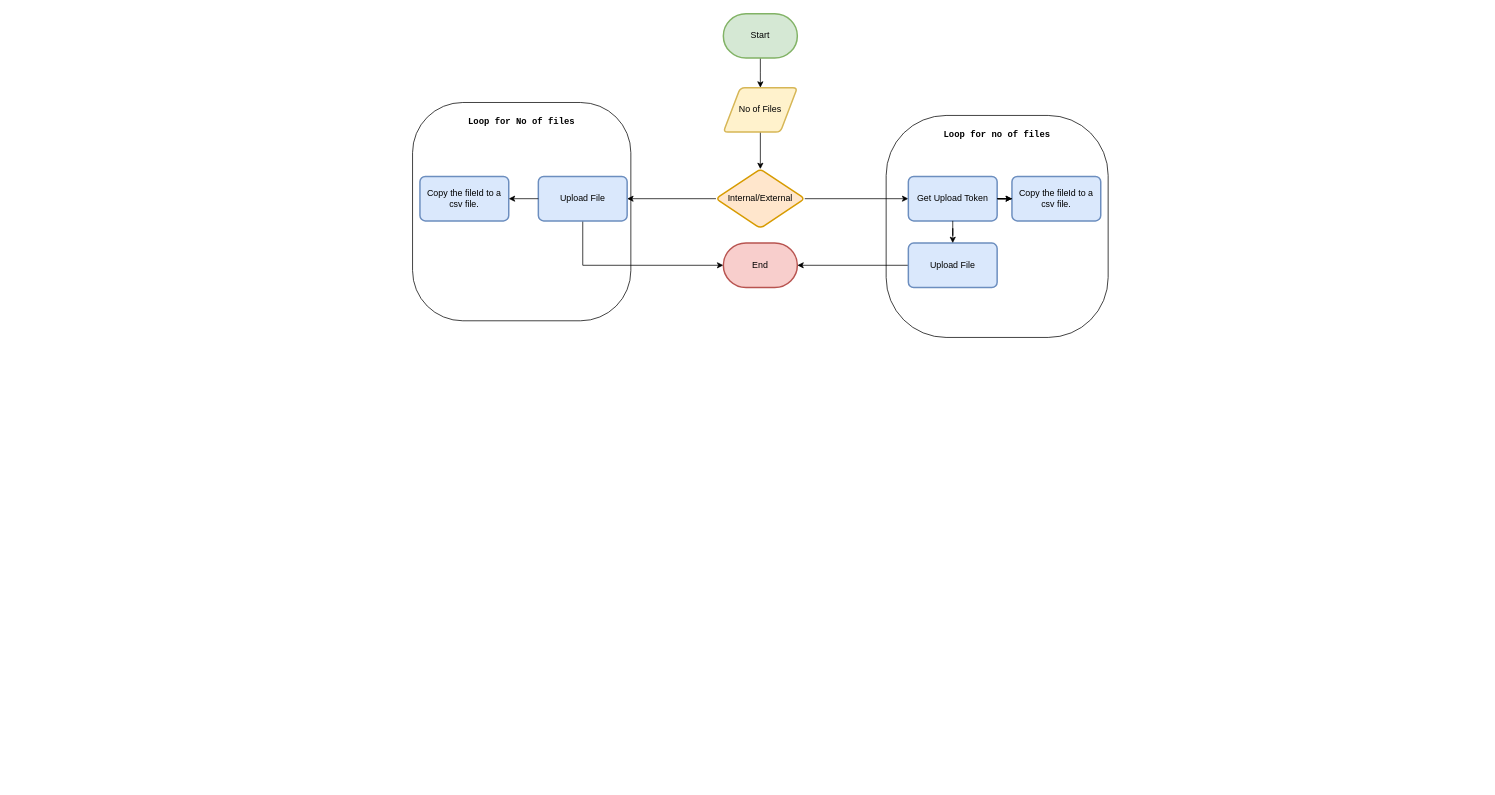
The draw.io diagram UploadFileConsoleApp.drawio in jainabraham06/Flowcharts, before the edit. Source tidied: cells renumbered, new cells numbered last; positions are measured from the earlier drawing's top-left corner, leaving out a move shared by most shapes. Both pictures are drawn from the tidied source at 74%, with x=0, y=0 at pixel (412, 13).
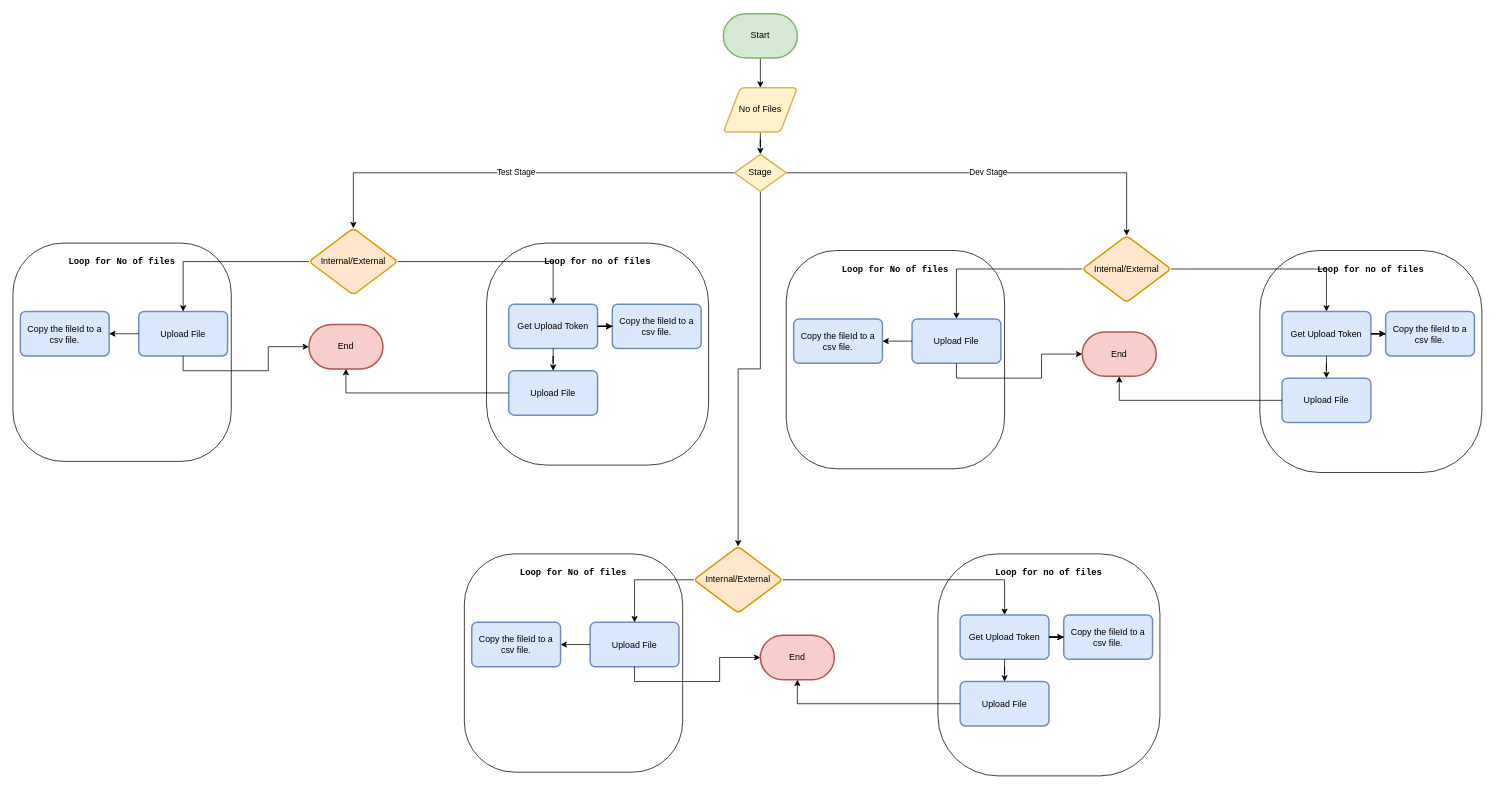
The same diagram, later.

The change refers to these unchanged cells:
```xml
<mxCell id="5" value="No of Files" style="shape=parallelogram;html=1;strokeWidth=2;perimeter=parallelogramPerimeter;whiteSpace=wrap;rounded=1;arcSize=12;size=0.23;fillColor=#fff2cc;strokeColor=#d6b656;" parent="1" vertex="1">
  <mxGeometry x="420" y="100" width="100" height="60" as="geometry" />
</mxCell>
<mxCell id="15" value="Get Upload Token" style="whiteSpace=wrap;html=1;strokeWidth=2;rounded=1;arcSize=12;fillColor=#dae8fc;strokeColor=#6c8ebf;" parent="12" vertex="1">
  <mxGeometry x="30" y="82.5" width="120" height="60" as="geometry" />
</mxCell>
<mxCell id="16" value="Upload File" style="whiteSpace=wrap;html=1;strokeWidth=2;rounded=1;arcSize=12;fillColor=#dae8fc;strokeColor=#6c8ebf;" parent="12" vertex="1">
  <mxGeometry x="30" y="172.5" width="120" height="60" as="geometry" />
</mxCell>
<mxCell id="23" value="Upload File" style="whiteSpace=wrap;html=1;strokeWidth=2;rounded=1;arcSize=12;fillColor=#dae8fc;strokeColor=#6c8ebf;" parent="21" vertex="1">
  <mxGeometry x="170" y="100" width="120" height="60" as="geometry" />
</mxCell>
<mxCell id="24" value="Copy the fileId to a csv file." style="whiteSpace=wrap;html=1;strokeWidth=2;rounded=1;arcSize=12;fillColor=#dae8fc;strokeColor=#6c8ebf;" parent="21" vertex="1">
  <mxGeometry x="10" y="100" width="120" height="60" as="geometry" />
</mxCell>
```

The edit, as a diff of the source:
```diff
@@
-    <mxCell id="4" style="edgeStyle=orthogonalEdgeStyle;rounded=0;jettySize=auto;html=1;" parent="1" edge="1" source="5" target="8">
-      <mxGeometry relative="1" as="geometry" />
-    </mxCell>
+    <mxCell id="26" style="edgeStyle=orthogonalEdgeStyle;rounded=0;jettySize=auto;html=1;" parent="1" edge="1" source="5" target="30">
+      <mxGeometry relative="1" as="geometry" />
+    </mxCell>
@@
-    <mxCell id="6" style="edgeStyle=orthogonalEdgeStyle;rounded=0;jettySize=auto;html=1;" parent="1" edge="1" source="8" target="15">
-      <mxGeometry relative="1" as="geometry" />
-    </mxCell>
-    <mxCell id="7" style="edgeStyle=orthogonalEdgeStyle;rounded=0;jettySize=auto;html=1;" parent="1" edge="1" source="8" target="23">
-      <mxGeometry relative="1" as="geometry" />
-    </mxCell>
+    <mxCell id="27" value="Test Stage" style="edgeStyle=orthogonalEdgeStyle;rounded=0;jettySize=auto;html=1;exitX=0;exitY=0.5;exitDx=0;exitDy=0;exitPerimeter=0;entryX=0.5;entryY=0;entryDx=0;entryDy=0;" parent="1" edge="1" source="30" target="8">
+      <mxGeometry relative="1" as="geometry" />
+    </mxCell>
+    <mxCell id="28" value="Dev Stage" style="edgeStyle=orthogonalEdgeStyle;rounded=0;jettySize=auto;html=1;exitX=1;exitY=0.5;exitDx=0;exitDy=0;exitPerimeter=0;entryX=0.5;entryY=0;entryDx=0;entryDy=0;" parent="1" edge="1" source="30" target="34">
+      <mxGeometry relative="1" as="geometry" />
+    </mxCell>
+    <mxCell id="29" style="edgeStyle=orthogonalEdgeStyle;rounded=0;jettySize=auto;html=1;exitX=0.5;exitY=1;exitDx=0;exitDy=0;exitPerimeter=0;entryX=0.5;entryY=0;entryDx=0;entryDy=0;" parent="1" edge="1" source="30" target="56">
+      <mxGeometry relative="1" as="geometry" />
+    </mxCell>
+    <mxCell id="30" value="Stage" style="strokeWidth=2;html=1;shape=mxgraph.flowchart.decision;whiteSpace=wrap;fillColor=#fff2cc;strokeColor=#d6b656;" parent="1" vertex="1">
+      <mxGeometry x="435" y="190" width="70" height="50" as="geometry" />
+    </mxCell>
+    <mxCell id="31" style="group;" parent="1" vertex="1">
+      <mxGeometry x="-540" y="290" width="940" height="320" as="geometry" />
+    </mxCell>
-    <mxCell id="8" value="Internal/External" style="rhombus;whiteSpace=wrap;html=1;strokeWidth=2;rounded=1;arcSize=12;fillColor=#ffe6cc;strokeColor=#d79b00;" parent="1" vertex="1">
-      <mxGeometry x="410" y="210" width="120" height="80" as="geometry" />
+    <mxCell id="8" value="Internal/External" style="rhombus;whiteSpace=wrap;html=1;strokeWidth=2;rounded=1;arcSize=12;fillColor=#ffe6cc;strokeColor=#d79b00;" parent="31" vertex="1">
+      <mxGeometry x="400" width="120" height="90" as="geometry" />
     </mxCell>
-    <mxCell id="9" style="edgeStyle=orthogonalEdgeStyle;rounded=0;jettySize=auto;html=1;" parent="1" edge="1" source="16" target="11">
-      <mxGeometry relative="1" as="geometry" />
-    </mxCell>
-    <mxCell id="10" style="edgeStyle=orthogonalEdgeStyle;rounded=0;jettySize=auto;html=1;exitX=0.5;exitY=1;exitDx=0;exitDy=0;entryX=0;entryY=0.5;entryDx=0;entryDy=0;entryPerimeter=0;" parent="1" edge="1" source="23" target="11">
-      <mxGeometry relative="1" as="geometry" />
-    </mxCell>
-    <mxCell id="11" value="End" style="strokeWidth=2;html=1;shape=mxgraph.flowchart.terminator;whiteSpace=wrap;fillColor=#f8cecc;strokeColor=#b85450;" parent="1" vertex="1">
-      <mxGeometry x="420" y="310" width="100" height="60" as="geometry" />
+    <mxCell id="11" value="End" style="strokeWidth=2;html=1;shape=mxgraph.flowchart.terminator;whiteSpace=wrap;fillColor=#f8cecc;strokeColor=#b85450;" parent="31" vertex="1">
+      <mxGeometry x="400" y="130" width="100" height="60" as="geometry" />
     </mxCell>
-    <mxCell id="12" style="group;" parent="1" vertex="1">
-      <mxGeometry x="640" y="137.5" width="300" height="300" as="geometry" />
+    <mxCell id="12" style="group;" parent="31" vertex="1">
+      <mxGeometry x="640" y="20" width="300" height="300" as="geometry" />
     </mxCell>
@@
+    <mxCell id="6" style="edgeStyle=orthogonalEdgeStyle;rounded=0;jettySize=auto;html=1;" parent="31" edge="1" source="8" target="15">
+      <mxGeometry relative="1" as="geometry" />
+    </mxCell>
+    <mxCell id="9" style="edgeStyle=orthogonalEdgeStyle;rounded=0;jettySize=auto;html=1;" parent="31" edge="1" source="16" target="11">
+      <mxGeometry relative="1" as="geometry" />
+    </mxCell>
-    <mxCell id="21" style="group;horizontal=0;verticalAlign=top;" parent="1" vertex="1">
-      <mxGeometry y="120" width="295" height="295" as="geometry" />
+    <mxCell id="21" style="group;horizontal=0;verticalAlign=top;" parent="31" vertex="1">
+      <mxGeometry y="12.5" width="295" height="295" as="geometry" />
     </mxCell>
     <mxCell id="22" value="&lt;pre style=&quot;&quot;&gt;Loop for No of files&lt;/pre&gt;" style="whiteSpace=wrap;html=1;rounded=1;fillColor=none;arcSize=23;align=center;verticalAlign=top;horizontal=1;fontStyle=1;" parent="21" vertex="1">
-      <mxGeometry width="295" height="295" as="geometry" />
+      <mxGeometry y="7.5" width="295" height="295" as="geometry" />
     </mxCell>
@@
+    <mxCell id="32" style="edgeStyle=orthogonalEdgeStyle;rounded=0;orthogonalLoop=1;jettySize=auto;html=1;exitX=0.5;exitY=1;exitDx=0;exitDy=0;" parent="21" edge="1" source="24" target="24">
+      <mxGeometry relative="1" as="geometry" />
+    </mxCell>
+    <mxCell id="7" style="edgeStyle=orthogonalEdgeStyle;rounded=0;jettySize=auto;html=1;" parent="31" edge="1" source="8" target="23">
+      <mxGeometry relative="1" as="geometry" />
+    </mxCell>
+    <mxCell id="10" style="edgeStyle=orthogonalEdgeStyle;rounded=0;jettySize=auto;html=1;exitX=0.5;exitY=1;exitDx=0;exitDy=0;entryX=0;entryY=0.5;entryDx=0;entryDy=0;entryPerimeter=0;" parent="31" edge="1" source="23" target="11">
+      <mxGeometry relative="1" as="geometry" />
+    </mxCell>
+    <mxCell id="33" style="group;" parent="1" vertex="1">
+      <mxGeometry x="505" y="300" width="940" height="320" as="geometry" />
+    </mxCell>
+    <mxCell id="34" value="Internal/External" style="rhombus;whiteSpace=wrap;html=1;strokeWidth=2;rounded=1;arcSize=12;fillColor=#ffe6cc;strokeColor=#d79b00;" parent="33" vertex="1">
+      <mxGeometry x="400" width="120" height="90" as="geometry" />
+    </mxCell>
+    <mxCell id="35" value="End" style="strokeWidth=2;html=1;shape=mxgraph.flowchart.terminator;whiteSpace=wrap;fillColor=#f8cecc;strokeColor=#b85450;" parent="33" vertex="1">
+      <mxGeometry x="400" y="130" width="100" height="60" as="geometry" />
+    </mxCell>
+    <mxCell id="36" style="group;" parent="33" vertex="1">
+      <mxGeometry x="640" y="20" width="300" height="300" as="geometry" />
+    </mxCell>
+    <mxCell id="37" value="&lt;pre&gt;&lt;b&gt;Loop for no of files&lt;/b&gt;&lt;/pre&gt;" style="whiteSpace=wrap;html=1;fillColor=none;rounded=1;glass=0;shadow=0;arcSize=27;verticalAlign=top;" parent="36" vertex="1">
+      <mxGeometry width="300" height="300" as="geometry" />
+    </mxCell>
+    <mxCell id="38" style="edgeStyle=orthogonalEdgeStyle;rounded=0;jettySize=auto;html=1;" parent="36" edge="1" source="39" target="42">
+      <mxGeometry relative="1" as="geometry" />
+    </mxCell>
+    <mxCell id="39" value="Get Upload Token" style="whiteSpace=wrap;html=1;strokeWidth=2;rounded=1;arcSize=12;fillColor=#dae8fc;strokeColor=#6c8ebf;" parent="36" vertex="1">
+      <mxGeometry x="30" y="82.5" width="120" height="60" as="geometry" />
+    </mxCell>
+    <mxCell id="40" value="Upload File" style="whiteSpace=wrap;html=1;strokeWidth=2;rounded=1;arcSize=12;fillColor=#dae8fc;strokeColor=#6c8ebf;" parent="36" vertex="1">
+      <mxGeometry x="30" y="172.5" width="120" height="60" as="geometry" />
+    </mxCell>
+    <mxCell id="41" style="edgeStyle=orthogonalEdgeStyle;rounded=0;jettySize=auto;html=1;" parent="36" edge="1" source="39" target="40">
+      <mxGeometry relative="1" as="geometry" />
+    </mxCell>
+    <mxCell id="42" value="Copy the fileId to a csv file." style="whiteSpace=wrap;html=1;strokeWidth=2;rounded=1;arcSize=12;fillColor=#dae8fc;strokeColor=#6c8ebf;" parent="36" vertex="1">
+      <mxGeometry x="170" y="82.5" width="120" height="60" as="geometry" />
+    </mxCell>
+    <mxCell id="43" style="edgeStyle=orthogonalEdgeStyle;rounded=0;orthogonalLoop=1;jettySize=auto;html=1;exitX=0.5;exitY=1;exitDx=0;exitDy=0;" parent="36" edge="1" source="37" target="37">
+      <mxGeometry relative="1" as="geometry" />
+    </mxCell>
+    <mxCell id="44" style="edgeStyle=orthogonalEdgeStyle;rounded=0;jettySize=auto;html=1;" parent="36" edge="1" source="39" target="42">
+      <mxGeometry relative="1" as="geometry" />
+    </mxCell>
+    <mxCell id="45" style="edgeStyle=orthogonalEdgeStyle;rounded=0;jettySize=auto;html=1;" parent="33" edge="1" source="34" target="39">
+      <mxGeometry relative="1" as="geometry" />
+    </mxCell>
+    <mxCell id="46" style="edgeStyle=orthogonalEdgeStyle;rounded=0;jettySize=auto;html=1;" parent="33" edge="1" source="40" target="35">
+      <mxGeometry relative="1" as="geometry" />
+    </mxCell>
+    <mxCell id="47" style="group;horizontal=0;verticalAlign=top;" parent="33" vertex="1">
+      <mxGeometry y="12.5" width="295" height="295" as="geometry" />
+    </mxCell>
+    <mxCell id="48" value="&lt;pre style=&quot;&quot;&gt;Loop for No of files&lt;/pre&gt;" style="whiteSpace=wrap;html=1;rounded=1;fillColor=none;arcSize=23;align=center;verticalAlign=top;horizontal=1;fontStyle=1;" parent="47" vertex="1">
+      <mxGeometry y="7.5" width="295" height="295" as="geometry" />
+    </mxCell>
+    <mxCell id="49" value="Upload File" style="whiteSpace=wrap;html=1;strokeWidth=2;rounded=1;arcSize=12;fillColor=#dae8fc;strokeColor=#6c8ebf;" parent="47" vertex="1">
+      <mxGeometry x="170" y="100" width="120" height="60" as="geometry" />
+    </mxCell>
+    <mxCell id="50" style="edgeStyle=orthogonalEdgeStyle;rounded=0;jettySize=auto;html=1;" parent="47" edge="1" source="49" target="52">
+      <mxGeometry relative="1" as="geometry" />
+    </mxCell>
+    <mxCell id="51" style="edgeStyle=orthogonalEdgeStyle;rounded=0;orthogonalLoop=1;jettySize=auto;html=1;exitX=0.5;exitY=1;exitDx=0;exitDy=0;" parent="47" edge="1" source="52" target="52">
+      <mxGeometry relative="1" as="geometry" />
+    </mxCell>
+    <mxCell id="52" value="Copy the fileId to a csv file." style="whiteSpace=wrap;html=1;strokeWidth=2;rounded=1;arcSize=12;fillColor=#dae8fc;strokeColor=#6c8ebf;" parent="47" vertex="1">
+      <mxGeometry x="10" y="100" width="120" height="60" as="geometry" />
+    </mxCell>
+    <mxCell id="53" style="edgeStyle=orthogonalEdgeStyle;rounded=0;jettySize=auto;html=1;" parent="33" edge="1" source="34" target="49">
+      <mxGeometry relative="1" as="geometry" />
+    </mxCell>
+    <mxCell id="54" style="edgeStyle=orthogonalEdgeStyle;rounded=0;jettySize=auto;html=1;exitX=0.5;exitY=1;exitDx=0;exitDy=0;entryX=0;entryY=0.5;entryDx=0;entryDy=0;entryPerimeter=0;" parent="33" edge="1" source="49" target="35">
+      <mxGeometry relative="1" as="geometry" />
+    </mxCell>
+    <mxCell id="55" style="group;" parent="1" vertex="1">
+      <mxGeometry x="70" y="710" width="940" height="320" as="geometry" />
+    </mxCell>
+    <mxCell id="56" value="Internal/External" style="rhombus;whiteSpace=wrap;html=1;strokeWidth=2;rounded=1;arcSize=12;fillColor=#ffe6cc;strokeColor=#d79b00;" parent="55" vertex="1">
+      <mxGeometry x="310" y="10" width="120" height="90" as="geometry" />
+    </mxCell>
+    <mxCell id="57" value="End" style="strokeWidth=2;html=1;shape=mxgraph.flowchart.terminator;whiteSpace=wrap;fillColor=#f8cecc;strokeColor=#b85450;" parent="55" vertex="1">
+      <mxGeometry x="400" y="130" width="100" height="60" as="geometry" />
+    </mxCell>
+    <mxCell id="58" style="group;" parent="55" vertex="1">
+      <mxGeometry x="640" y="20" width="300" height="300" as="geometry" />
+    </mxCell>
+    <mxCell id="59" value="&lt;pre&gt;&lt;b&gt;Loop for no of files&lt;/b&gt;&lt;/pre&gt;" style="whiteSpace=wrap;html=1;fillColor=none;rounded=1;glass=0;shadow=0;arcSize=27;verticalAlign=top;" parent="58" vertex="1">
+      <mxGeometry width="300" height="300" as="geometry" />
+    </mxCell>
+    <mxCell id="60" style="edgeStyle=orthogonalEdgeStyle;rounded=0;jettySize=auto;html=1;" parent="58" edge="1" source="61" target="64">
+      <mxGeometry relative="1" as="geometry" />
+    </mxCell>
+    <mxCell id="61" value="Get Upload Token" style="whiteSpace=wrap;html=1;strokeWidth=2;rounded=1;arcSize=12;fillColor=#dae8fc;strokeColor=#6c8ebf;" parent="58" vertex="1">
+      <mxGeometry x="30" y="82.5" width="120" height="60" as="geometry" />
+    </mxCell>
+    <mxCell id="62" value="Upload File" style="whiteSpace=wrap;html=1;strokeWidth=2;rounded=1;arcSize=12;fillColor=#dae8fc;strokeColor=#6c8ebf;" parent="58" vertex="1">
+      <mxGeometry x="30" y="172.5" width="120" height="60" as="geometry" />
+    </mxCell>
+    <mxCell id="63" style="edgeStyle=orthogonalEdgeStyle;rounded=0;jettySize=auto;html=1;" parent="58" edge="1" source="61" target="62">
+      <mxGeometry relative="1" as="geometry" />
+    </mxCell>
+    <mxCell id="64" value="Copy the fileId to a csv file." style="whiteSpace=wrap;html=1;strokeWidth=2;rounded=1;arcSize=12;fillColor=#dae8fc;strokeColor=#6c8ebf;" parent="58" vertex="1">
+      <mxGeometry x="170" y="82.5" width="120" height="60" as="geometry" />
+    </mxCell>
+    <mxCell id="65" style="edgeStyle=orthogonalEdgeStyle;rounded=0;orthogonalLoop=1;jettySize=auto;html=1;exitX=0.5;exitY=1;exitDx=0;exitDy=0;" parent="58" edge="1" source="59" target="59">
+      <mxGeometry relative="1" as="geometry" />
+    </mxCell>
+    <mxCell id="66" style="edgeStyle=orthogonalEdgeStyle;rounded=0;jettySize=auto;html=1;" parent="58" edge="1" source="61" target="64">
+      <mxGeometry relative="1" as="geometry" />
+    </mxCell>
+    <mxCell id="67" style="edgeStyle=orthogonalEdgeStyle;rounded=0;jettySize=auto;html=1;" parent="55" edge="1" source="56" target="61">
+      <mxGeometry relative="1" as="geometry" />
+    </mxCell>
+    <mxCell id="68" style="edgeStyle=orthogonalEdgeStyle;rounded=0;jettySize=auto;html=1;" parent="55" edge="1" source="62" target="57">
+      <mxGeometry relative="1" as="geometry" />
+    </mxCell>
+    <mxCell id="69" style="group;horizontal=0;verticalAlign=top;" parent="55" vertex="1">
+      <mxGeometry y="12.5" width="295" height="295" as="geometry" />
+    </mxCell>
+    <mxCell id="70" value="&lt;pre style=&quot;&quot;&gt;Loop for No of files&lt;/pre&gt;" style="whiteSpace=wrap;html=1;rounded=1;fillColor=none;arcSize=23;align=center;verticalAlign=top;horizontal=1;fontStyle=1;" parent="69" vertex="1">
+      <mxGeometry y="7.5" width="295" height="295" as="geometry" />
+    </mxCell>
+    <mxCell id="71" value="Upload File" style="whiteSpace=wrap;html=1;strokeWidth=2;rounded=1;arcSize=12;fillColor=#dae8fc;strokeColor=#6c8ebf;" parent="69" vertex="1">
+      <mxGeometry x="170" y="100" width="120" height="60" as="geometry" />
+    </mxCell>
+    <mxCell id="72" style="edgeStyle=orthogonalEdgeStyle;rounded=0;jettySize=auto;html=1;" parent="69" edge="1" source="71" target="74">
+      <mxGeometry relative="1" as="geometry" />
+    </mxCell>
+    <mxCell id="73" style="edgeStyle=orthogonalEdgeStyle;rounded=0;orthogonalLoop=1;jettySize=auto;html=1;exitX=0.5;exitY=1;exitDx=0;exitDy=0;" parent="69" edge="1" source="74" target="74">
+      <mxGeometry relative="1" as="geometry" />
+    </mxCell>
+    <mxCell id="74" value="Copy the fileId to a csv file." style="whiteSpace=wrap;html=1;strokeWidth=2;rounded=1;arcSize=12;fillColor=#dae8fc;strokeColor=#6c8ebf;" parent="69" vertex="1">
+      <mxGeometry x="10" y="100" width="120" height="60" as="geometry" />
+    </mxCell>
+    <mxCell id="75" style="edgeStyle=orthogonalEdgeStyle;rounded=0;jettySize=auto;html=1;" parent="55" edge="1" source="56" target="71">
+      <mxGeometry relative="1" as="geometry" />
+    </mxCell>
+    <mxCell id="76" style="edgeStyle=orthogonalEdgeStyle;rounded=0;jettySize=auto;html=1;exitX=0.5;exitY=1;exitDx=0;exitDy=0;entryX=0;entryY=0.5;entryDx=0;entryDy=0;entryPerimeter=0;" parent="55" edge="1" source="71" target="57">
+      <mxGeometry relative="1" as="geometry" />
+    </mxCell>
```
